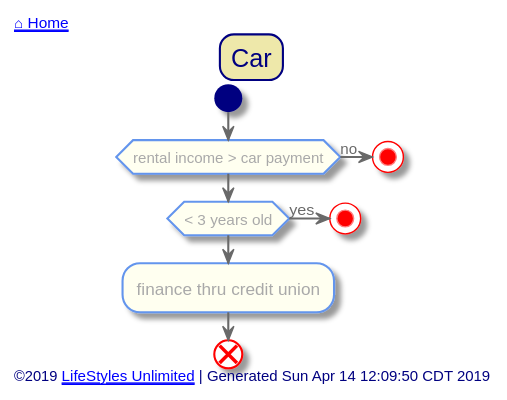
The PlantUML diagram out/src/unlimited-lifestyle/car.svg in toddmo/lifestylesunlimited, before a commit. Source of this version:
```plantuml
@startuml car


skinparam {
  BorderColor Red
  PathHoverColor Blue
}

skinparam Title {
  FontColor Navy
  BackgroundColor PaleGoldenRod
  BorderColor Navy
  BorderRoundCorner 20
}

skinparam activity {
  BackgroundColor Ivory
  BorderColor CornflowerBlue
  FontColor DarkGray

  Arrow {
    Color dimgray
    FontColor dimgray
  }

  Start {
    Color Navy
  }

  End {
    Color Red
  }

  Diamond {
    BackgroundColor Ivory
    BorderColor CornflowerBlue
    FontColor DarkGray
  }

  BackgroundColor<< Exception >> Red
	BorderColor<< Exception >> White
}

skinparam Swimlane {
  BorderColor CornflowerBlue
}

skinparam Partition {
  BackgroundColor DarkSeaGreen
  BorderColor CornflowerBlue
  BorderThickness 1
  FontColor White
  FontSize 16
}
skinparam Note {
  BackgroundColor LightSteelBlue
  BorderColor CornflowerBlue
  FontColor White
}

skinparam Footer {
  FontColor Navy
}


left header
	<font color=Navy>[[../index.svg ⌂ Home]]</font>
endheader


	Title Car

	start

	if(rental income > car payment) then (no)
		stop
	endif


	if(< 3 years old) then (yes)
		stop
	endif

	:finance thru credit union;

	end

left footer
	©2019 [[http://www.lifestylesunlimited.com LifeStyles Unlimited]] | Generated Sun Apr 14 12:09:50 CDT 2019
endfooter


@enduml
```
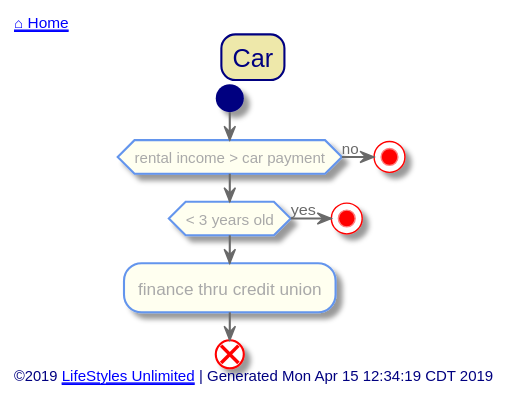
After the change.

Diff of the diagram source:
```diff
@@ -86,7 +86,7 @@
 	end
 
 left footer
-	©2019 [[http://www.lifestylesunlimited.com LifeStyles Unlimited]] | Generated Sun Apr 14 12:09:50 CDT 2019
+	©2019 [[http://www.lifestylesunlimited.com LifeStyles Unlimited]] | Generated Mon Apr 15 12:34:19 CDT 2019
 endfooter
 
 
```
